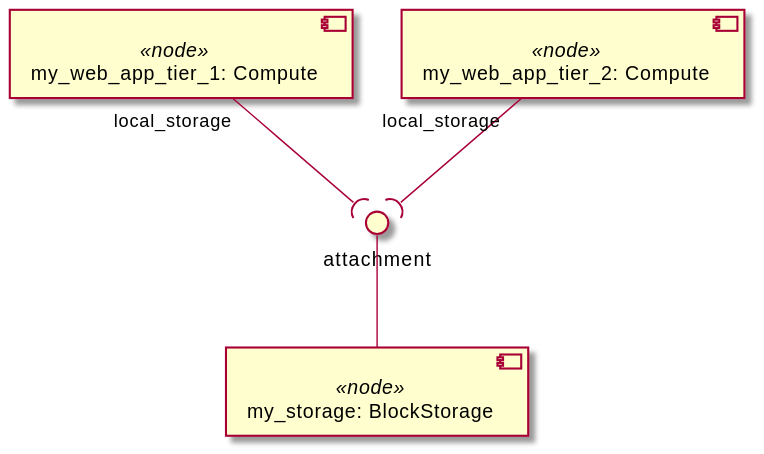
Above: examples/ariatosca/diagrams/uml2/block-storage-4-1.0-uml2-component-diagram1.svg in Orange-OpenSource/Cloudnet-TOSCA-toolbox (PlantUML), before the change. Its diagram source:
```plantuml
@startuml
skinparam componentStyle uml2

component "my_web_app_tier_1: Compute" <<node>> as node_my_web_app_tier_1

component "my_web_app_tier_2: Compute" <<node>> as node_my_web_app_tier_2

component "my_storage: BlockStorage" <<node>> as node_my_storage

interface "attachment" as node_my_storage_attachment
node_my_storage_attachment -- node_my_storage
node_my_web_app_tier_1 "local_storage" --( node_my_storage_attachment
node_my_web_app_tier_2 "local_storage" --( node_my_storage_attachment
@enduml
```
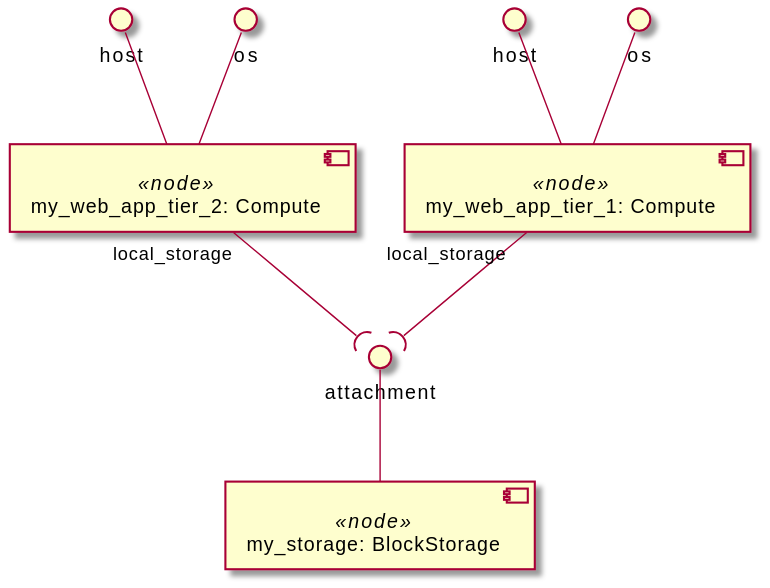
The same file after the commit.

The edit, as a diff of the source:
```diff
@@ -2,13 +2,21 @@
 skinparam componentStyle uml2
 
 component "my_web_app_tier_1: Compute" <<node>> as node_my_web_app_tier_1
+interface "host" as node_my_web_app_tier_1_host
+node_my_web_app_tier_1_host -- node_my_web_app_tier_1
+interface "os" as node_my_web_app_tier_1_os
+node_my_web_app_tier_1_os -- node_my_web_app_tier_1
 
 component "my_web_app_tier_2: Compute" <<node>> as node_my_web_app_tier_2
+interface "host" as node_my_web_app_tier_2_host
+node_my_web_app_tier_2_host -- node_my_web_app_tier_2
+interface "os" as node_my_web_app_tier_2_os
+node_my_web_app_tier_2_os -- node_my_web_app_tier_2
 
 component "my_storage: BlockStorage" <<node>> as node_my_storage
-
 interface "attachment" as node_my_storage_attachment
 node_my_storage_attachment -- node_my_storage
+
 node_my_web_app_tier_1 "local_storage" --( node_my_storage_attachment
 node_my_web_app_tier_2 "local_storage" --( node_my_storage_attachment
 @enduml
```
